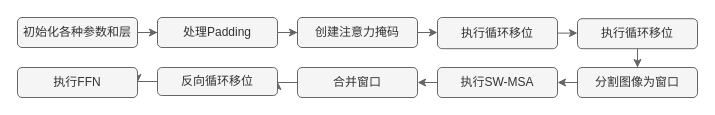
Earlier version of the draw.io diagram Swin-Transformer.drawio (YANGJUNYAN0715/papers). Source tidied: cells renumbered, new cells numbered last; positions are measured from the earlier drawing's top-left corner, leaving out a move shared by most shapes. Both pictures are drawn from the tidied source at 100%, with x=0, y=0 at pixel (17, 17).
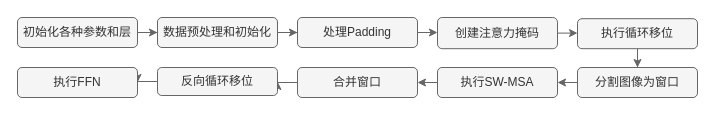
After the change.

What changed in the source:
```diff
@@
-    <mxCell id="5" value="处理Padding" style="whiteSpace=wrap;html=1;rounded=1;fillColor=#f5f5f5;fontColor=#333333;strokeColor=#666666;" parent="1" vertex="1">
+    <mxCell id="5" value="数据预处理和初始化" style="whiteSpace=wrap;html=1;rounded=1;fillColor=#f5f5f5;fontColor=#333333;strokeColor=#666666;" parent="1" vertex="1">
       <mxGeometry x="140" width="120" height="30" as="geometry" />
     </mxCell>
@@
-    <mxCell id="7" value="创建注意力掩码" style="whiteSpace=wrap;html=1;rounded=1;fillColor=#f5f5f5;fontColor=#333333;strokeColor=#666666;" parent="1" vertex="1">
+    <mxCell id="7" value="处理Padding" style="whiteSpace=wrap;html=1;rounded=1;fillColor=#f5f5f5;fontColor=#333333;strokeColor=#666666;" parent="1" vertex="1">
       <mxGeometry x="280" width="120" height="30" as="geometry" />
     </mxCell>
@@
-    <mxCell id="9" value="执行循环移位" style="whiteSpace=wrap;html=1;rounded=1;fillColor=#f5f5f5;fontColor=#333333;strokeColor=#666666;" parent="1" vertex="1">
+    <mxCell id="9" value="创建注意力掩码" style="whiteSpace=wrap;html=1;rounded=1;fillColor=#f5f5f5;fontColor=#333333;strokeColor=#666666;" parent="1" vertex="1">
       <mxGeometry x="420" width="120" height="31.2" as="geometry" />
     </mxCell>
```
